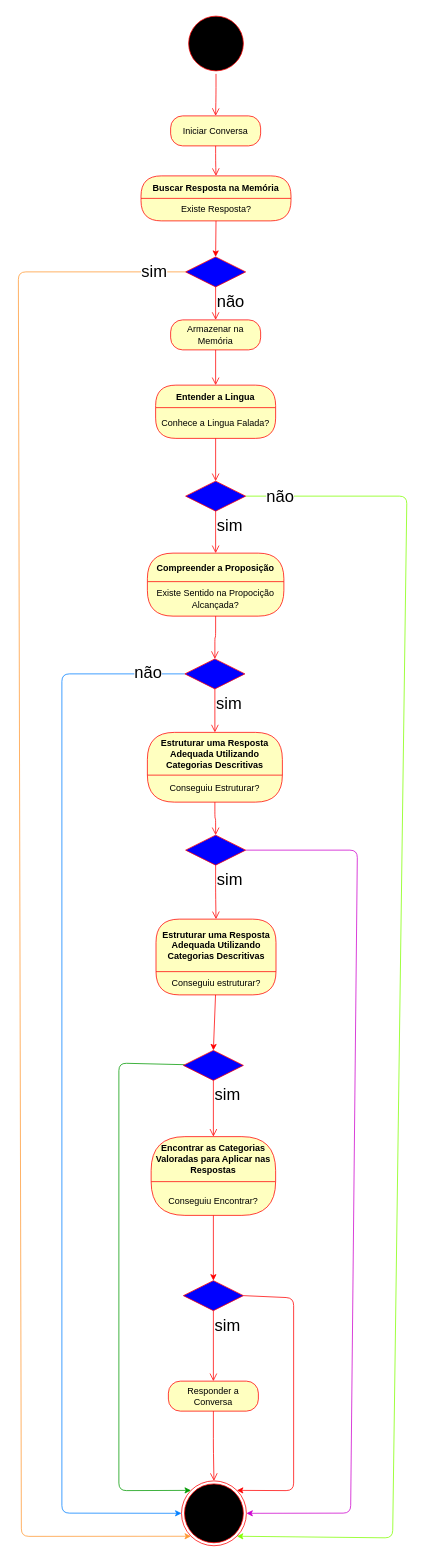
Earlier version of the draw.io diagram docs/diagrama_de_fluxo_aurora.drawio (marvinho-tn/aurora). Source tidied: cells renumbered, new cells numbered last; positions are measured from the earlier drawing's top-left corner, leaving out a move shared by most shapes. Both pictures are drawn from the tidied source at 75%, with x=0, y=0 at pixel (18, 13).
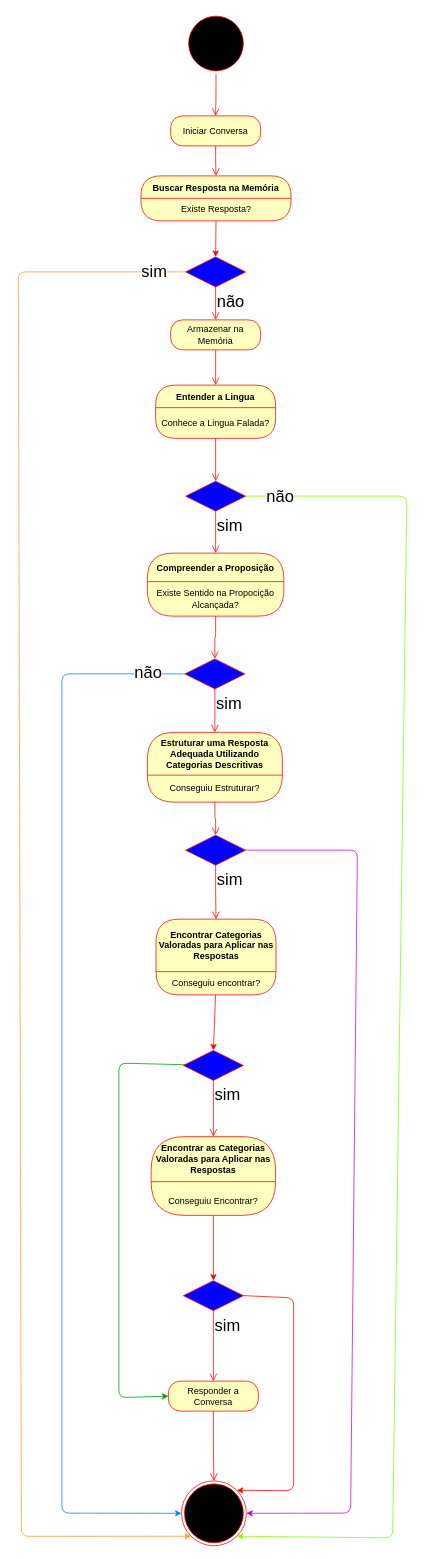
After the change.

Unchanged cells that the change refers to:
```xml
<mxCell id="35" value="Responder a Conversa" style="rounded=1;whiteSpace=wrap;html=1;arcSize=40;fontColor=#000000;fillColor=#ffffc0;strokeColor=#ff0000;" parent="1" vertex="1">
  <mxGeometry x="200" y="1824" width="120" height="40" as="geometry" />
</mxCell>
<mxCell id="37" style="ellipse;html=1;shape=endState;fillColor=#000000;strokeColor=#ff0000;" parent="1" vertex="1">
  <mxGeometry x="217.5" y="1957" width="86.5" height="86.5" as="geometry" />
</mxCell>
<mxCell id="41" style="rhombus;whiteSpace=wrap;html=1;fillColor=#0000FF;strokeColor=#ff0000;" parent="1" vertex="1">
  <mxGeometry x="220" y="1383" width="80" height="40" as="geometry" />
</mxCell>
```

What changed in the source:
```diff
@@
-    <mxCell id="38" value="Estruturar uma Resposta Adequada Utilizando Categorias Descritivas" style="swimlane;fontStyle=1;align=center;verticalAlign=middle;horizontal=1;startSize=70;fontColor=#000000;rounded=1;arcSize=30;strokeColor=#ff0000;fillColor=#ffffc0;swimlaneFillColor=#ffffc0;whiteSpace=wrap;" parent="1" vertex="1">
+    <mxCell id="38" value="Encontrar Categorias Valoradas para Aplicar nas Respostas" style="swimlane;fontStyle=1;align=center;verticalAlign=middle;horizontal=1;startSize=70;fontColor=#000000;rounded=1;arcSize=30;strokeColor=#ff0000;fillColor=#ffffc0;swimlaneFillColor=#ffffc0;whiteSpace=wrap;" parent="1" vertex="1">
       <mxGeometry x="183.5" y="1208" width="160" height="101" as="geometry" />
     </mxCell>
-    <mxCell id="39" value="Conseguiu estruturar?" style="text;html=1;strokeColor=none;fillColor=none;align=center;verticalAlign=middle;spacingLeft=4;spacingRight=4;whiteSpace=wrap;overflow=hidden;fontColor=#000000;" parent="38" vertex="1">
+    <mxCell id="39" value="Conseguiu encontrar?" style="text;html=1;strokeColor=none;fillColor=none;align=center;verticalAlign=middle;spacingLeft=4;spacingRight=4;whiteSpace=wrap;overflow=hidden;fontColor=#000000;" parent="38" vertex="1">
       <mxGeometry y="70" width="160" height="31" as="geometry" />
     </mxCell>
-    <mxCell id="40" style="edgeStyle=none;html=1;entryX=0;entryY=0;entryDx=0;entryDy=0;strokeColor=#009900;fontSize=22;" parent="1" edge="1" source="41" target="37">
+    <mxCell id="40" style="edgeStyle=none;html=1;entryX=0;entryY=0.5;entryDx=0;entryDy=0;strokeColor=#009900;fontSize=22;" parent="1" edge="1" source="41" target="35">
       <mxGeometry relative="1" as="geometry">
         <Array as="points">
           <mxPoint x="134" y="1400" />
-          <mxPoint x="134" y="1970" />
+          <mxPoint x="134" y="1846" />
         </Array>
       </mxGeometry>
     </mxCell>
```
